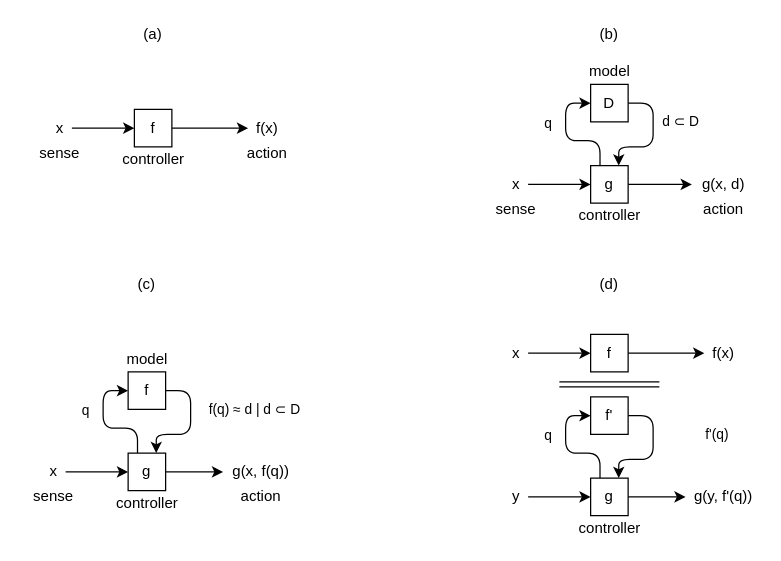
malcolmlett/malcolmlett.github.io keeps this draw.io diagram as page "models" (2 of 6) of files/Paper-on-Loops-in-AI-and-Consciousness.drawio. Above is the earlier version. Source tidied: cells renumbered, new cells numbered last; positions are measured from the earlier drawing's top-left corner, leaving out a move shared by most shapes. Both pictures are drawn from the tidied source at 125%, with x=0, y=0 at pixel (21, 21).
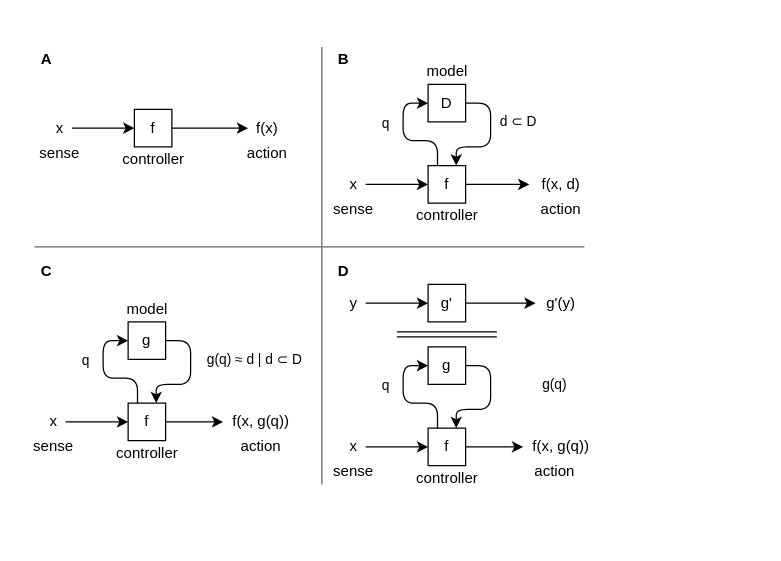
The same diagram, later.

Unchanged cells that the change refers to:
```xml
<mxCell id="28" style="edgeStyle=orthogonalEdgeStyle;rounded=1;jettySize=auto;html=1;entryX=0.75;entryY=0;entryDx=0;entryDy=0;exitX=1;exitY=0.5;exitDx=0;exitDy=0;fontFamily=Helvetica;" parent="1" edge="1" source="30" target="38">
  <mxGeometry relative="1" as="geometry" />
</mxCell>
<mxCell id="43" style="edgeStyle=orthogonalEdgeStyle;rounded=1;jettySize=auto;html=1;entryX=0.75;entryY=0;entryDx=0;entryDy=0;exitX=1;exitY=0.5;exitDx=0;exitDy=0;fontFamily=Helvetica;" parent="1" edge="1" source="45" target="51">
  <mxGeometry relative="1" as="geometry" />
</mxCell>
```

The edit, as a diff of the source:
```diff
@@
-    <mxCell id="9" value="(a)" style="text;html=1;strokeColor=none;fillColor=none;align=center;verticalAlign=middle;whiteSpace=wrap;rounded=0;fontFamily=Helvetica;" parent="1" vertex="1">
-      <mxGeometry x="85" width="40" height="20" as="geometry" />
+    <mxCell id="9" value="&lt;b&gt;A&lt;/b&gt;" style="text;html=1;strokeColor=none;fillColor=none;align=center;verticalAlign=middle;whiteSpace=wrap;rounded=0;fontFamily=Helvetica;" parent="1" vertex="1">
+      <mxGeometry x="10" y="20" width="20" height="20" as="geometry" />
     </mxCell>
@@
     <mxCell id="13" value="D" style="whiteSpace=wrap;html=1;fontFamily=Helvetica;" parent="1" vertex="1">
-      <mxGeometry x="455" y="50" width="30" height="30" as="geometry" />
+      <mxGeometry x="325" y="50" width="30" height="30" as="geometry" />
     </mxCell>
@@
     <mxCell id="15" value="x" style="text;html=1;align=center;verticalAlign=middle;points=[];fontFamily=Helvetica;" parent="1" vertex="1">
-      <mxGeometry x="385" y="120" width="20" height="20" as="geometry" />
+      <mxGeometry x="255" y="120" width="20" height="20" as="geometry" />
     </mxCell>
-    <mxCell id="16" value="g(x, d)" style="text;html=1;align=center;verticalAlign=middle;points=[];fontFamily=Helvetica;" parent="1" vertex="1">
-      <mxGeometry x="536" y="120" width="50" height="20" as="geometry" />
+    <mxCell id="16" value="f(x, d)" style="text;html=1;align=center;verticalAlign=middle;points=[];fontFamily=Helvetica;" parent="1" vertex="1">
+      <mxGeometry x="406" y="120" width="50" height="20" as="geometry" />
     </mxCell>
     <mxCell id="17" value="sense" style="text;html=1;align=center;verticalAlign=middle;fontFamily=Helvetica;" parent="1" vertex="1">
-      <mxGeometry x="370" y="140" width="50" height="20" as="geometry" />
+      <mxGeometry x="240" y="140" width="50" height="20" as="geometry" />
     </mxCell>
     <mxCell id="18" value="action" style="text;html=1;align=center;verticalAlign=middle;fontFamily=Helvetica;" parent="1" vertex="1">
-      <mxGeometry x="536" y="140" width="50" height="20" as="geometry" />
+      <mxGeometry x="406" y="140" width="50" height="20" as="geometry" />
     </mxCell>
-    <mxCell id="19" value="(b)" style="text;html=1;strokeColor=none;fillColor=none;align=center;verticalAlign=middle;whiteSpace=wrap;rounded=0;fontFamily=Helvetica;" parent="1" vertex="1">
-      <mxGeometry x="450" width="40" height="20" as="geometry" />
+    <mxCell id="19" value="&lt;b&gt;B&lt;/b&gt;" style="text;html=1;strokeColor=none;fillColor=none;align=center;verticalAlign=middle;whiteSpace=wrap;rounded=0;fontFamily=Helvetica;" parent="1" vertex="1">
+      <mxGeometry x="245" y="20" width="25" height="20" as="geometry" />
     </mxCell>
-    <mxCell id="20" value="(c)" style="text;html=1;strokeColor=none;fillColor=none;align=center;verticalAlign=middle;whiteSpace=wrap;rounded=0;fontFamily=Helvetica;" parent="1" vertex="1">
-      <mxGeometry x="80" y="200" width="40" height="20" as="geometry" />
+    <mxCell id="20" value="&lt;b&gt;C&lt;/b&gt;" style="text;html=1;strokeColor=none;fillColor=none;align=center;verticalAlign=middle;whiteSpace=wrap;rounded=0;fontFamily=Helvetica;" parent="1" vertex="1">
+      <mxGeometry x="10" y="190" width="20" height="20" as="geometry" />
     </mxCell>
@@
-    <mxCell id="23" value="g" style="whiteSpace=wrap;html=1;fontFamily=Helvetica;" parent="1" vertex="1">
-      <mxGeometry x="455" y="115" width="30" height="30" as="geometry" />
+    <mxCell id="23" value="f" style="whiteSpace=wrap;html=1;fontFamily=Helvetica;" parent="1" vertex="1">
+      <mxGeometry x="325" y="115" width="30" height="30" as="geometry" />
     </mxCell>
     <mxCell id="24" value="controller" style="text;html=1;align=center;verticalAlign=middle;fontFamily=Helvetica;" parent="1" vertex="1">
-      <mxGeometry x="440" y="145" width="60" height="20" as="geometry" />
+      <mxGeometry x="310" y="145" width="60" height="20" as="geometry" />
     </mxCell>
     <mxCell id="25" value="model" style="text;html=1;align=center;verticalAlign=middle;fontFamily=Helvetica;" parent="1" vertex="1">
-      <mxGeometry x="445" y="30" width="50" height="20" as="geometry" />
+      <mxGeometry x="315" y="30" width="50" height="20" as="geometry" />
     </mxCell>
@@
-    <mxCell id="29" value="f(q)&amp;nbsp;≈ d | d ⊂ D" style="edgeLabel;html=1;align=center;verticalAlign=middle;fontFamily=Helvetica;" parent="28" vertex="1">
+    <mxCell id="29" value="g(q)&amp;nbsp;≈ d | d ⊂ D" style="edgeLabel;html=1;align=center;verticalAlign=middle;fontFamily=Helvetica;" parent="28" vertex="1">
       <mxGeometry x="-0.41" y="1" relative="1" as="geometry">
         <mxPoint x="49" y="5.9" as="offset" />
       </mxGeometry>
     </mxCell>
-    <mxCell id="30" value="f" style="whiteSpace=wrap;html=1;fontFamily=Helvetica;" parent="1" vertex="1">
-      <mxGeometry x="85" y="280" width="30" height="30" as="geometry" />
+    <mxCell id="30" value="g" style="whiteSpace=wrap;html=1;fontFamily=Helvetica;" parent="1" vertex="1">
+      <mxGeometry x="85" y="240" width="30" height="30" as="geometry" />
     </mxCell>
@@
     <mxCell id="32" value="x" style="text;html=1;align=center;verticalAlign=middle;points=[];fontFamily=Helvetica;" parent="1" vertex="1">
-      <mxGeometry x="15" y="350" width="20" height="20" as="geometry" />
+      <mxGeometry x="15" y="310" width="20" height="20" as="geometry" />
     </mxCell>
-    <mxCell id="33" value="g(x, f(q))" style="text;html=1;align=center;verticalAlign=middle;points=[];fontFamily=Helvetica;" parent="1" vertex="1">
-      <mxGeometry x="161" y="350" width="60" height="20" as="geometry" />
+    <mxCell id="33" value="f(x, g(q))" style="text;html=1;align=center;verticalAlign=middle;points=[];fontFamily=Helvetica;" parent="1" vertex="1">
+      <mxGeometry x="161" y="310" width="60" height="20" as="geometry" />
     </mxCell>
     <mxCell id="34" value="sense" style="text;html=1;align=center;verticalAlign=middle;fontFamily=Helvetica;" parent="1" vertex="1">
-      <mxGeometry y="370" width="50" height="20" as="geometry" />
+      <mxGeometry y="330" width="50" height="20" as="geometry" />
     </mxCell>
     <mxCell id="35" value="action" style="text;html=1;align=center;verticalAlign=middle;fontFamily=Helvetica;" parent="1" vertex="1">
-      <mxGeometry x="166" y="370" width="50" height="20" as="geometry" />
+      <mxGeometry x="166" y="330" width="50" height="20" as="geometry" />
     </mxCell>
@@
-    <mxCell id="38" value="g" style="whiteSpace=wrap;html=1;fontFamily=Helvetica;" parent="1" vertex="1">
-      <mxGeometry x="85" y="345" width="30" height="30" as="geometry" />
+    <mxCell id="38" value="f" style="whiteSpace=wrap;html=1;fontFamily=Helvetica;" parent="1" vertex="1">
+      <mxGeometry x="85" y="305" width="30" height="30" as="geometry" />
     </mxCell>
     <mxCell id="39" value="controller" style="text;html=1;align=center;verticalAlign=middle;fontFamily=Helvetica;" parent="1" vertex="1">
-      <mxGeometry x="70" y="375" width="60" height="20" as="geometry" />
+      <mxGeometry x="70" y="335" width="60" height="20" as="geometry" />
     </mxCell>
     <mxCell id="40" value="model" style="text;html=1;align=center;verticalAlign=middle;fontFamily=Helvetica;" parent="1" vertex="1">
-      <mxGeometry x="75" y="260" width="50" height="20" as="geometry" />
+      <mxGeometry x="75" y="220" width="50" height="20" as="geometry" />
     </mxCell>
-    <mxCell id="41" value="(d)" style="text;html=1;strokeColor=none;fillColor=none;align=center;verticalAlign=middle;whiteSpace=wrap;rounded=0;fontFamily=Helvetica;" parent="1" vertex="1">
-      <mxGeometry x="450" y="200" width="40" height="20" as="geometry" />
+    <mxCell id="41" value="&lt;b&gt;D&lt;/b&gt;" style="text;html=1;strokeColor=none;fillColor=none;align=center;verticalAlign=middle;whiteSpace=wrap;rounded=0;fontFamily=Helvetica;" parent="1" vertex="1">
+      <mxGeometry x="245" y="190" width="25" height="20" as="geometry" />
     </mxCell>
@@
-    <mxCell id="44" value="f'(q)" style="edgeLabel;html=1;align=center;verticalAlign=middle;fontFamily=Helvetica;" parent="43" vertex="1">
+    <mxCell id="44" value="g(q)" style="edgeLabel;html=1;align=center;verticalAlign=middle;fontFamily=Helvetica;" parent="43" vertex="1">
       <mxGeometry x="-0.41" y="1" relative="1" as="geometry">
         <mxPoint x="49" y="5.9" as="offset" />
       </mxGeometry>
     </mxCell>
-    <mxCell id="45" value="f'" style="whiteSpace=wrap;html=1;fontFamily=Helvetica;" parent="1" vertex="1">
-      <mxGeometry x="455" y="300" width="30" height="30" as="geometry" />
+    <mxCell id="45" value="g" style="whiteSpace=wrap;html=1;fontFamily=Helvetica;" parent="1" vertex="1">
+      <mxGeometry x="325" y="260" width="30" height="30" as="geometry" />
     </mxCell>
@@
-    <mxCell id="47" value="y" style="text;html=1;align=center;verticalAlign=middle;points=[];fontFamily=Helvetica;" parent="1" vertex="1">
-      <mxGeometry x="385" y="370" width="20" height="20" as="geometry" />
+    <mxCell id="47" value="x" style="text;html=1;align=center;verticalAlign=middle;points=[];fontFamily=Helvetica;" parent="1" vertex="1">
+      <mxGeometry x="255" y="330" width="20" height="20" as="geometry" />
     </mxCell>
-    <mxCell id="48" value="g(y, f'(q))" style="text;html=1;align=center;verticalAlign=middle;points=[];fontFamily=Helvetica;" parent="1" vertex="1">
-      <mxGeometry x="531" y="370" width="60" height="20" as="geometry" />
+    <mxCell id="48" value="f(x, g(q))" style="text;html=1;align=center;verticalAlign=middle;points=[];fontFamily=Helvetica;" parent="1" vertex="1">
+      <mxGeometry x="401" y="330" width="60" height="20" as="geometry" />
     </mxCell>
@@
-    <mxCell id="51" value="g" style="whiteSpace=wrap;html=1;fontFamily=Helvetica;" parent="1" vertex="1">
-      <mxGeometry x="455" y="365" width="30" height="30" as="geometry" />
+    <mxCell id="51" value="f" style="whiteSpace=wrap;html=1;fontFamily=Helvetica;" parent="1" vertex="1">
+      <mxGeometry x="325" y="325" width="30" height="30" as="geometry" />
     </mxCell>
     <mxCell id="52" value="controller" style="text;html=1;align=center;verticalAlign=middle;fontFamily=Helvetica;" parent="1" vertex="1">
-      <mxGeometry x="440" y="395" width="60" height="20" as="geometry" />
+      <mxGeometry x="310" y="355" width="60" height="20" as="geometry" />
     </mxCell>
@@
-    <mxCell id="54" value="f" style="whiteSpace=wrap;html=1;fontFamily=Helvetica;" parent="1" vertex="1">
-      <mxGeometry x="455" y="250" width="30" height="30" as="geometry" />
+    <mxCell id="54" value="g'" style="whiteSpace=wrap;html=1;fontFamily=Helvetica;" parent="1" vertex="1">
+      <mxGeometry x="325" y="210" width="30" height="30" as="geometry" />
     </mxCell>
@@
-    <mxCell id="56" value="x" style="text;html=1;align=center;verticalAlign=middle;points=[];fontFamily=Helvetica;" parent="1" vertex="1">
-      <mxGeometry x="385" y="255" width="20" height="20" as="geometry" />
+    <mxCell id="56" value="y" style="text;html=1;align=center;verticalAlign=middle;points=[];fontFamily=Helvetica;" parent="1" vertex="1">
+      <mxGeometry x="255" y="215" width="20" height="20" as="geometry" />
     </mxCell>
-    <mxCell id="57" value="f(x)" style="text;html=1;align=center;verticalAlign=middle;points=[];fontFamily=Helvetica;" parent="1" vertex="1">
-      <mxGeometry x="546" y="255" width="30" height="20" as="geometry" />
+    <mxCell id="57" value="g'(y)" style="text;html=1;align=center;verticalAlign=middle;points=[];fontFamily=Helvetica;" parent="1" vertex="1">
+      <mxGeometry x="411" y="215" width="40" height="20" as="geometry" />
     </mxCell>
     <mxCell id="58" style="endArrow=none;html=1;fontFamily=Helvetica;shape=link;" parent="1" edge="1">
       <mxGeometry relative="1" as="geometry">
-        <mxPoint x="430" y="290" as="sourcePoint" />
-        <mxPoint x="510" y="290" as="targetPoint" />
+        <mxPoint x="300" y="250" as="sourcePoint" />
+        <mxPoint x="380" y="250" as="targetPoint" />
       </mxGeometry>
     </mxCell>
+    <mxCell id="59" style="endArrow=none;html=1;fontFamily=Times New Roman;fontSize=16;strokeWidth=1;fillColor=#f5f5f5;strokeColor=#666666;rounded=0;" parent="1" edge="1">
+      <mxGeometry relative="1" as="geometry">
+        <mxPoint x="10" y="180" as="sourcePoint" />
+        <mxPoint x="450" y="180" as="targetPoint" />
+      </mxGeometry>
+    </mxCell>
+    <mxCell id="60" style="endArrow=none;html=1;fontFamily=Times New Roman;fontSize=16;strokeWidth=1;fillColor=#f5f5f5;strokeColor=#666666;rounded=0;" parent="1" edge="1">
+      <mxGeometry relative="1" as="geometry">
+        <mxPoint x="240" y="20" as="sourcePoint" />
+        <mxPoint x="240" y="370" as="targetPoint" />
+      </mxGeometry>
+    </mxCell>
+    <mxCell id="61" value="sense" style="text;html=1;align=center;verticalAlign=middle;fontFamily=Helvetica;" parent="1" vertex="1">
+      <mxGeometry x="240" y="350" width="50" height="20" as="geometry" />
+    </mxCell>
+    <mxCell id="62" value="action" style="text;html=1;align=center;verticalAlign=middle;fontFamily=Helvetica;" parent="1" vertex="1">
+      <mxGeometry x="401" y="350" width="50" height="20" as="geometry" />
+    </mxCell>
```
